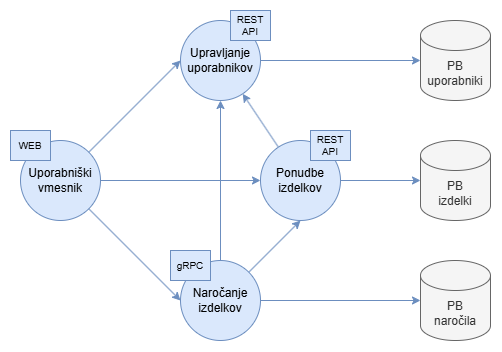
Before: documentation/FreshLink_architecture.png, a diagram exported from draw.io (teol007/FreshLink). Source tidied: cells renumbered, new cells last; positions are measured from the earlier drawing's top-left corner, leaving out a move shared by most shapes.
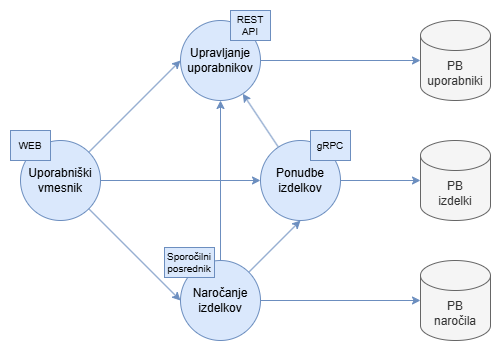
The same file after the commit.

Commit message:
FIX plan - communication between microservices

Diff of the diagram source:
```diff
@@ -50,11 +50,11 @@
     <mxCell id="17" value="PB&lt;div&gt;naročila&lt;/div&gt;" style="shape=cylinder3;whiteSpace=wrap;html=1;boundedLbl=1;backgroundOutline=1;size=15;fillColor=#f5f5f5;strokeColor=#666666;fontColor=#333333;" parent="1" vertex="1">
       <mxGeometry x="410" y="250" width="70" height="80" as="geometry" />
     </mxCell>
-    <mxCell id="18" value="REST API" style="rounded=0;whiteSpace=wrap;html=1;fontFamily=Helvetica;fontSize=10;labelBackgroundColor=none;fillColor=#dae8fc;strokeColor=#6c8ebf;" parent="1" vertex="1">
+    <mxCell id="18" value="gRPC" style="rounded=0;whiteSpace=wrap;html=1;fontFamily=Helvetica;fontSize=10;labelBackgroundColor=none;fillColor=#dae8fc;strokeColor=#6c8ebf;" parent="1" vertex="1">
       <mxGeometry x="300" y="120" width="40" height="30" as="geometry" />
     </mxCell>
-    <mxCell id="19" value="gRPC" style="rounded=0;whiteSpace=wrap;html=1;fontFamily=Helvetica;fontSize=10;labelBackgroundColor=none;fillColor=#dae8fc;strokeColor=#6c8ebf;" parent="1" vertex="1">
-      <mxGeometry x="160" y="240" width="40" height="30" as="geometry" />
+    <mxCell id="19" value="Sporočilni posrednik" style="rounded=0;whiteSpace=wrap;html=1;fontFamily=Helvetica;fontSize=10;labelBackgroundColor=none;fillColor=#dae8fc;strokeColor=#6c8ebf;" parent="1" vertex="1">
+      <mxGeometry x="154" y="237" width="50" height="30" as="geometry" />
     </mxCell>
     <mxCell id="20" value="REST API" style="rounded=0;whiteSpace=wrap;html=1;fontFamily=Helvetica;fontSize=10;labelBackgroundColor=none;fillColor=#dae8fc;strokeColor=#6c8ebf;" parent="1" vertex="1">
       <mxGeometry x="220" width="40" height="30" as="geometry" />
```
